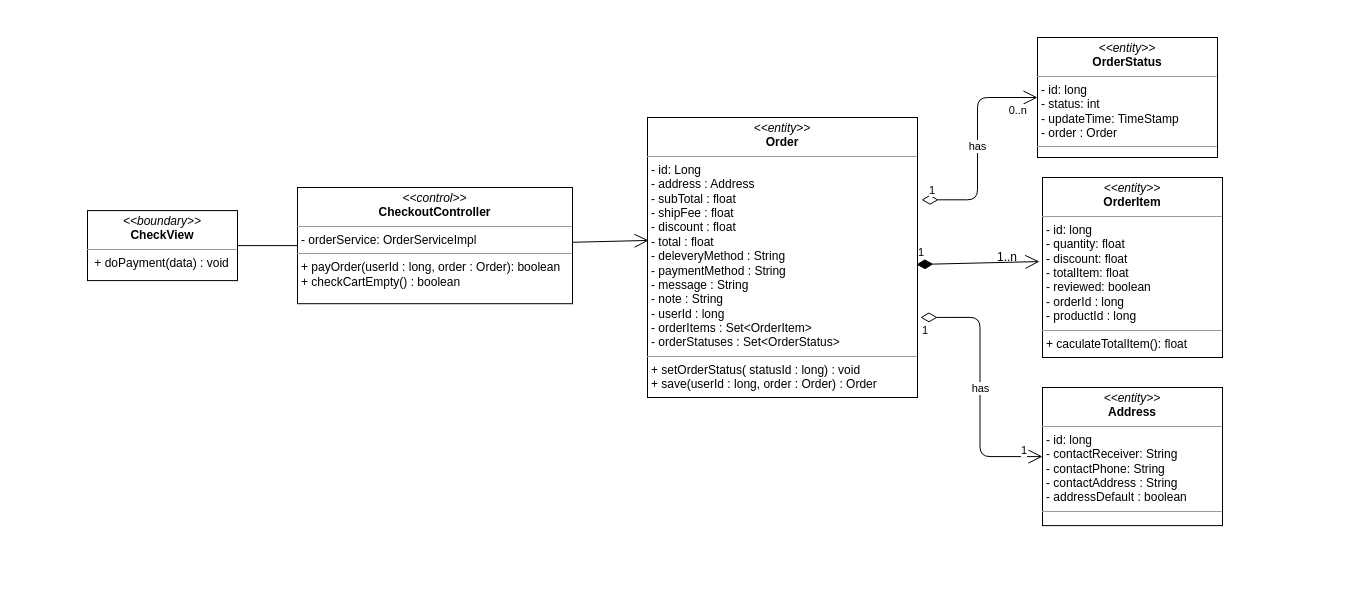
Earlier version of the draw.io diagram class diagram/chekout-class-diagram.drawio (nguyenphamvan/datn_20202). Source tidied: cells renumbered, new cells numbered last; positions are measured from the earlier drawing's top-left corner, leaving out a move shared by most shapes. Both pictures are drawn from the tidied source at 100%, with x=0, y=0 at pixel (87, 37).
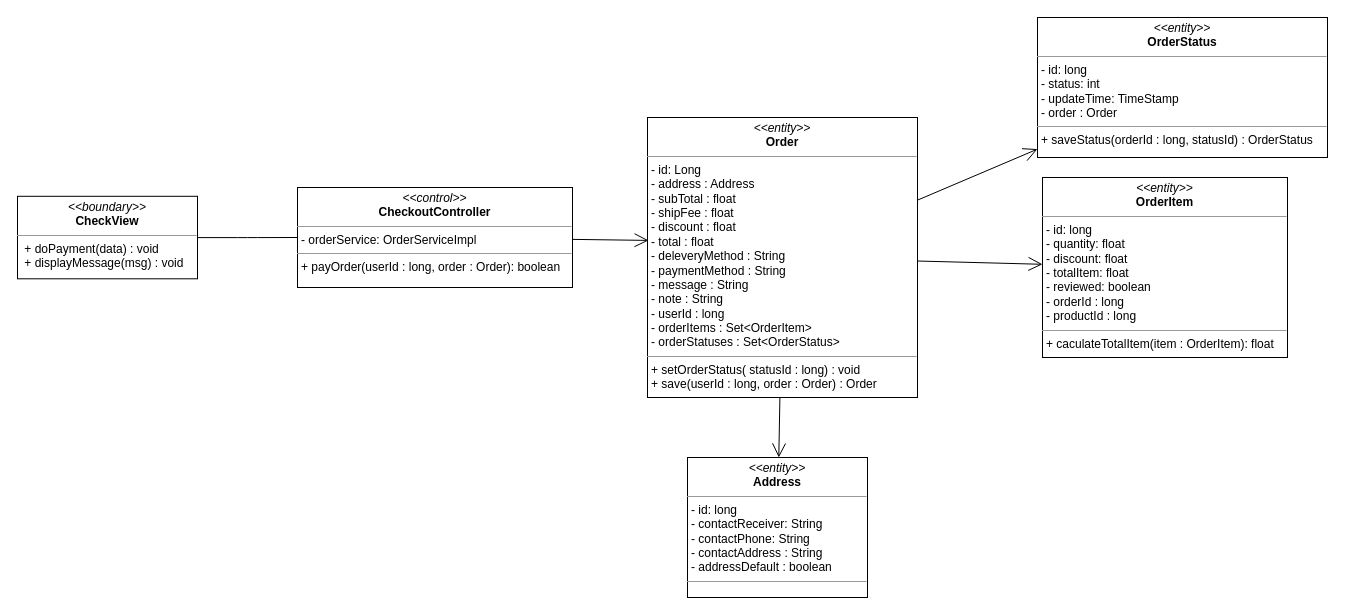
The same diagram, later.

The edit, as a diff of the source:
```diff
@@
 <mxGraphModel>
   <root>
     <mxCell id="0" />
     <mxCell id="1" parent="0" />
-    <mxCell id="2" value="&lt;p style=&quot;margin: 0px ; margin-top: 4px ; text-align: center&quot;&gt;&lt;i&gt;&amp;lt;&amp;lt;boundary&amp;gt;&amp;gt;&lt;/i&gt;&lt;br&gt;&lt;b&gt;CheckView&lt;/b&gt;&lt;/p&gt;&lt;hr size=&quot;1&quot;&gt;&lt;p style=&quot;margin: 0px ; margin-left: 4px&quot;&gt;&lt;span&gt;&amp;nbsp;&lt;/span&gt;&lt;span&gt;+ doPayment(data) : void&lt;/span&gt;&lt;/p&gt;" style="verticalAlign=top;align=left;overflow=fill;fontSize=12;fontFamily=Helvetica;html=1;" parent="1" vertex="1">
-      <mxGeometry y="173.1" width="150" height="70" as="geometry" />
+    <mxCell id="2" value="&lt;p style=&quot;margin: 0px ; margin-top: 4px ; text-align: center&quot;&gt;&lt;i&gt;&amp;lt;&amp;lt;boundary&amp;gt;&amp;gt;&lt;/i&gt;&lt;br&gt;&lt;b&gt;CheckView&lt;/b&gt;&lt;/p&gt;&lt;hr size=&quot;1&quot;&gt;&lt;p style=&quot;margin: 0px ; margin-left: 4px&quot;&gt;&lt;span&gt;&amp;nbsp;&lt;/span&gt;&lt;span&gt;+ doPayment(data) : void&lt;/span&gt;&lt;/p&gt;&lt;p style=&quot;margin: 0px ; margin-left: 4px&quot;&gt;&lt;span&gt;&amp;nbsp;+ displayMessage(msg) : void&lt;/span&gt;&lt;/p&gt;" style="verticalAlign=top;align=left;overflow=fill;fontSize=12;fontFamily=Helvetica;html=1;" parent="1" vertex="1">
+      <mxGeometry x="-70" y="158.8" width="180" height="82.5" as="geometry" />
     </mxCell>
     <mxCell id="3" value="&lt;p style=&quot;margin: 0px ; margin-top: 4px ; text-align: center&quot;&gt;&lt;i&gt;&amp;lt;&amp;lt;entity&amp;gt;&amp;gt;&lt;/i&gt;&lt;br&gt;&lt;b&gt;Address&lt;/b&gt;&lt;/p&gt;&lt;hr size=&quot;1&quot;&gt;&lt;p style=&quot;margin: 0px ; margin-left: 4px&quot;&gt;- id: long&lt;/p&gt;&lt;p style=&quot;margin: 0px ; margin-left: 4px&quot;&gt;- contactReceiver: String&lt;br&gt;- contactPhone: String&lt;/p&gt;&lt;p style=&quot;margin: 0px ; margin-left: 4px&quot;&gt;- contactAddress : String&lt;/p&gt;&lt;p style=&quot;margin: 0px ; margin-left: 4px&quot;&gt;- addressDefault : boolean&lt;/p&gt;&lt;hr size=&quot;1&quot;&gt;&lt;p style=&quot;margin: 0px ; margin-left: 4px&quot;&gt;&lt;br&gt;&lt;/p&gt;" style="verticalAlign=top;align=left;overflow=fill;fontSize=12;fontFamily=Helvetica;html=1;" parent="1" vertex="1">
-      <mxGeometry x="955" y="350" width="180" height="138.1" as="geometry" />
+      <mxGeometry x="600" y="420" width="180" height="140" as="geometry" />
     </mxCell>
     <mxCell id="4" value="&lt;p style=&quot;margin: 0px ; margin-top: 4px ; text-align: center&quot;&gt;&lt;i&gt;&amp;lt;&amp;lt;entity&amp;gt;&amp;gt;&lt;/i&gt;&lt;br&gt;&lt;b&gt;Order&lt;/b&gt;&lt;/p&gt;&lt;hr size=&quot;1&quot;&gt;&lt;p style=&quot;margin: 0px ; margin-left: 4px&quot;&gt;- id: Long&lt;/p&gt;&lt;p style=&quot;margin: 0px 0px 0px 4px&quot;&gt;- address : Address&lt;/p&gt;&lt;p style=&quot;margin: 0px 0px 0px 4px&quot;&gt;- subTotal : float&lt;/p&gt;&lt;p style=&quot;margin: 0px 0px 0px 4px&quot;&gt;- shipFee : float&lt;/p&gt;&lt;p style=&quot;margin: 0px 0px 0px 4px&quot;&gt;- discount : float&lt;/p&gt;&lt;p style=&quot;margin: 0px 0px 0px 4px&quot;&gt;- total : float&lt;/p&gt;&lt;p style=&quot;margin: 0px 0px 0px 4px&quot;&gt;- deleveryMethod : String&lt;/p&gt;&lt;p style=&quot;margin: 0px 0px 0px 4px&quot;&gt;- paymentMethod : String&lt;/p&gt;&lt;p style=&quot;margin: 0px 0px 0px 4px&quot;&gt;- message : String&lt;/p&gt;&lt;p style=&quot;margin: 0px 0px 0px 4px&quot;&gt;- note : String&lt;/p&gt;&lt;p style=&quot;margin: 0px 0px 0px 4px&quot;&gt;- userId : long&lt;/p&gt;&lt;p style=&quot;margin: 0px 0px 0px 4px&quot;&gt;- orderItems : Set&amp;lt;OrderItem&amp;gt;&lt;/p&gt;&lt;p style=&quot;margin: 0px 0px 0px 4px&quot;&gt;- orderStatuses : Set&amp;lt;OrderStatus&amp;gt;&lt;/p&gt;&lt;hr size=&quot;1&quot;&gt;&lt;p style=&quot;margin: 0px ; margin-left: 4px&quot;&gt;&lt;span&gt;+ setOrderStatus( statusId : long) : void&lt;/span&gt;&lt;br&gt;&lt;/p&gt;&lt;p style=&quot;margin: 0px ; margin-left: 4px&quot;&gt;+ save(userId : long, order : Order) : Order&lt;/p&gt;" style="verticalAlign=top;align=left;overflow=fill;fontSize=12;fontFamily=Helvetica;html=1;" parent="1" vertex="1">
       <mxGeometry x="560" y="80" width="270" height="280" as="geometry" />
     </mxCell>
-    <mxCell id="5" value="&lt;p style=&quot;margin: 0px ; margin-top: 4px ; text-align: center&quot;&gt;&lt;i&gt;&amp;lt;&amp;lt;entity&amp;gt;&amp;gt;&lt;/i&gt;&lt;br&gt;&lt;b&gt;OrderItem&lt;/b&gt;&lt;/p&gt;&lt;hr size=&quot;1&quot;&gt;&lt;p style=&quot;margin: 0px ; margin-left: 4px&quot;&gt;- id: long&lt;/p&gt;&lt;p style=&quot;margin: 0px ; margin-left: 4px&quot;&gt;- quantity: float&lt;br&gt;- discount: float&lt;/p&gt;&lt;p style=&quot;margin: 0px ; margin-left: 4px&quot;&gt;- totalItem: float&lt;/p&gt;&lt;p style=&quot;margin: 0px ; margin-left: 4px&quot;&gt;- reviewed: boolean&lt;/p&gt;&lt;p style=&quot;margin: 0px ; margin-left: 4px&quot;&gt;- orderId : long&lt;/p&gt;&lt;p style=&quot;margin: 0px ; margin-left: 4px&quot;&gt;- productId : long&lt;/p&gt;&lt;hr size=&quot;1&quot;&gt;&lt;p style=&quot;margin: 0px ; margin-left: 4px&quot;&gt;+ caculateTotalItem(): float&lt;br&gt;&lt;/p&gt;" style="verticalAlign=top;align=left;overflow=fill;fontSize=12;fontFamily=Helvetica;html=1;" parent="1" vertex="1">
-      <mxGeometry x="955" y="140" width="180" height="180" as="geometry" />
+    <mxCell id="5" value="&lt;p style=&quot;margin: 0px ; margin-top: 4px ; text-align: center&quot;&gt;&lt;i&gt;&amp;lt;&amp;lt;entity&amp;gt;&amp;gt;&lt;/i&gt;&lt;br&gt;&lt;b&gt;OrderItem&lt;/b&gt;&lt;/p&gt;&lt;hr size=&quot;1&quot;&gt;&lt;p style=&quot;margin: 0px ; margin-left: 4px&quot;&gt;- id: long&lt;/p&gt;&lt;p style=&quot;margin: 0px ; margin-left: 4px&quot;&gt;- quantity: float&lt;br&gt;- discount: float&lt;/p&gt;&lt;p style=&quot;margin: 0px ; margin-left: 4px&quot;&gt;- totalItem: float&lt;/p&gt;&lt;p style=&quot;margin: 0px ; margin-left: 4px&quot;&gt;- reviewed: boolean&lt;/p&gt;&lt;p style=&quot;margin: 0px ; margin-left: 4px&quot;&gt;- orderId : long&lt;/p&gt;&lt;p style=&quot;margin: 0px ; margin-left: 4px&quot;&gt;- productId : long&lt;/p&gt;&lt;hr size=&quot;1&quot;&gt;&lt;p style=&quot;margin: 0px ; margin-left: 4px&quot;&gt;+ caculateTotalItem(item : OrderItem): float&lt;br&gt;&lt;/p&gt;" style="verticalAlign=top;align=left;overflow=fill;fontSize=12;fontFamily=Helvetica;html=1;" parent="1" vertex="1">
+      <mxGeometry x="955" y="140" width="245" height="180" as="geometry" />
     </mxCell>
-    <mxCell id="6" value="&lt;p style=&quot;margin: 0px ; margin-top: 4px ; text-align: center&quot;&gt;&lt;i&gt;&amp;lt;&amp;lt;control&amp;gt;&amp;gt;&lt;/i&gt;&lt;br&gt;&lt;b&gt;CheckoutController&lt;/b&gt;&lt;br&gt;&lt;/p&gt;&lt;hr size=&quot;1&quot;&gt;&lt;p style=&quot;margin: 0px ; margin-left: 4px&quot;&gt;- orderService: OrderServiceImpl&lt;/p&gt;&lt;hr size=&quot;1&quot;&gt;&lt;p style=&quot;margin: 0px ; margin-left: 4px&quot;&gt;+ payOrder(userId : long, order : Order): boolean&lt;br&gt;&lt;/p&gt;&lt;p style=&quot;margin: 0px ; margin-left: 4px&quot;&gt;+ checkCartEmpty() : boolean&lt;/p&gt;" style="verticalAlign=top;align=left;overflow=fill;fontSize=12;fontFamily=Helvetica;html=1;" parent="1" vertex="1">
-      <mxGeometry x="210" y="150" width="275" height="116.2" as="geometry" />
+    <mxCell id="6" value="&lt;p style=&quot;margin: 0px ; margin-top: 4px ; text-align: center&quot;&gt;&lt;i&gt;&amp;lt;&amp;lt;control&amp;gt;&amp;gt;&lt;/i&gt;&lt;br&gt;&lt;b&gt;CheckoutController&lt;/b&gt;&lt;br&gt;&lt;/p&gt;&lt;hr size=&quot;1&quot;&gt;&lt;p style=&quot;margin: 0px ; margin-left: 4px&quot;&gt;- orderService: OrderServiceImpl&lt;/p&gt;&lt;hr size=&quot;1&quot;&gt;&lt;p style=&quot;margin: 0px ; margin-left: 4px&quot;&gt;+ payOrder(userId : long, order : Order): boolean&lt;/p&gt;" style="verticalAlign=top;align=left;overflow=fill;fontSize=12;fontFamily=Helvetica;html=1;" parent="1" vertex="1">
+      <mxGeometry x="210" y="150" width="275" height="100" as="geometry" />
     </mxCell>
     <mxCell id="7" style="endArrow=none;html=1;edgeStyle=orthogonalEdgeStyle;strokeColor=#000000;" parent="1" edge="1" source="2" target="6">
       <mxGeometry relative="1" as="geometry" />
     </mxCell>
     <mxCell id="8" style="endArrow=open;endFill=1;endSize=12;html=1;entryX=0.004;entryY=0.439;entryDx=0;entryDy=0;entryPerimeter=0;" parent="1" edge="1" source="6" target="4">
       <mxGeometry relative="1" as="geometry" />
     </mxCell>
-    <mxCell id="9" value="&lt;p style=&quot;margin: 0px ; margin-top: 4px ; text-align: center&quot;&gt;&lt;i&gt;&amp;lt;&amp;lt;entity&amp;gt;&amp;gt;&lt;/i&gt;&lt;br&gt;&lt;b&gt;OrderStatus&lt;/b&gt;&lt;/p&gt;&lt;hr size=&quot;1&quot;&gt;&lt;p style=&quot;margin: 0px ; margin-left: 4px&quot;&gt;- id: long&lt;/p&gt;&lt;p style=&quot;margin: 0px ; margin-left: 4px&quot;&gt;- status: int&lt;br&gt;- updateTime: TimeStamp&lt;/p&gt;&lt;p style=&quot;margin: 0px ; margin-left: 4px&quot;&gt;- order : Order&lt;/p&gt;&lt;hr size=&quot;1&quot;&gt;&lt;p style=&quot;margin: 0px ; margin-left: 4px&quot;&gt;&lt;br&gt;&lt;/p&gt;" style="verticalAlign=top;align=left;overflow=fill;fontSize=12;fontFamily=Helvetica;html=1;" parent="1" vertex="1">
-      <mxGeometry x="950" width="180" height="120" as="geometry" />
+    <mxCell id="9" value="&lt;p style=&quot;margin: 0px ; margin-top: 4px ; text-align: center&quot;&gt;&lt;i&gt;&amp;lt;&amp;lt;entity&amp;gt;&amp;gt;&lt;/i&gt;&lt;br&gt;&lt;b&gt;OrderStatus&lt;/b&gt;&lt;/p&gt;&lt;hr size=&quot;1&quot;&gt;&lt;p style=&quot;margin: 0px ; margin-left: 4px&quot;&gt;- id: long&lt;/p&gt;&lt;p style=&quot;margin: 0px ; margin-left: 4px&quot;&gt;- status: int&lt;br&gt;- updateTime: TimeStamp&lt;/p&gt;&lt;p style=&quot;margin: 0px ; margin-left: 4px&quot;&gt;- order : Order&lt;/p&gt;&lt;hr size=&quot;1&quot;&gt;&lt;p style=&quot;margin: 0px ; margin-left: 4px&quot;&gt;+ saveStatus(orderId : long, statusId) : OrderStatus&lt;/p&gt;" style="verticalAlign=top;align=left;overflow=fill;fontSize=12;fontFamily=Helvetica;html=1;" parent="1" vertex="1">
+      <mxGeometry x="950" y="-20" width="290" height="140" as="geometry" />
     </mxCell>
-    <mxCell id="10" value="has" style="endArrow=open;html=1;endSize=12;startArrow=diamondThin;startSize=14;startFill=0;edgeStyle=orthogonalEdgeStyle;exitX=1.015;exitY=0.294;exitDx=0;exitDy=0;exitPerimeter=0;" parent="1" edge="1" source="4" target="9">
+    <mxCell id="10" style="endArrow=open;endFill=1;endSize=12;html=1;" parent="1" edge="1" source="4" target="9">
       <mxGeometry relative="1" as="geometry" />
     </mxCell>
-    <mxCell id="11" value="1" style="edgeLabel;html=1;align=left;verticalAlign=top;" parent="10" vertex="1">
-      <mxGeometry x="-1" relative="1" as="geometry">
-        <mxPoint x="6" y="-22" as="offset" />
-      </mxGeometry>
-    </mxCell>
-    <mxCell id="12" value="0..n" style="edgeLabel;html=1;align=right;verticalAlign=top;" parent="10" vertex="1">
-      <mxGeometry x="1" relative="1" as="geometry">
-        <mxPoint x="-10" as="offset" />
-      </mxGeometry>
-    </mxCell>
+    <mxCell id="16" style="endArrow=open;endFill=1;endSize=12;html=1;" parent="1" edge="1" source="4" target="5">
+      <mxGeometry relative="1" as="geometry" />
+    </mxCell>
-    <mxCell id="13" value="has" style="endArrow=open;html=1;endSize=12;startArrow=diamondThin;startSize=14;startFill=0;edgeStyle=orthogonalEdgeStyle;exitX=1.011;exitY=0.714;exitDx=0;exitDy=0;exitPerimeter=0;" parent="1" edge="1" source="4" target="3">
+    <mxCell id="13" style="endArrow=open;endFill=1;endSize=12;html=1;" parent="1" edge="1" source="4" target="3">
       <mxGeometry relative="1" as="geometry" />
     </mxCell>
-    <mxCell id="14" value="1" style="edgeLabel;html=1;align=left;verticalAlign=top;" parent="13" vertex="1">
-      <mxGeometry x="-1" relative="1" as="geometry" />
-    </mxCell>
-    <mxCell id="15" value="1" style="edgeLabel;html=1;align=right;verticalAlign=top;" parent="13" vertex="1">
-      <mxGeometry x="1" relative="1" as="geometry">
-        <mxPoint x="-15" y="-19" as="offset" />
-      </mxGeometry>
-    </mxCell>
-    <mxCell id="16" value="1" style="endArrow=open;html=1;endSize=12;startArrow=diamondThin;startSize=14;startFill=1;align=left;verticalAlign=bottom;entryX=-0.017;entryY=0.467;entryDx=0;entryDy=0;entryPerimeter=0;exitX=0.996;exitY=0.525;exitDx=0;exitDy=0;exitPerimeter=0;" parent="1" edge="1" source="4" target="5">
-      <mxGeometry x="-1" y="3" relative="1" as="geometry" />
-    </mxCell>
-    <mxCell id="17" value="1..n" style="text;html=1;strokeColor=none;fillColor=none;align=center;verticalAlign=middle;whiteSpace=wrap;rounded=0;" parent="1" vertex="1">
-      <mxGeometry x="900" y="210" width="40" height="20" as="geometry" />
-    </mxCell>
   </root>
 </mxGraphModel>
```
